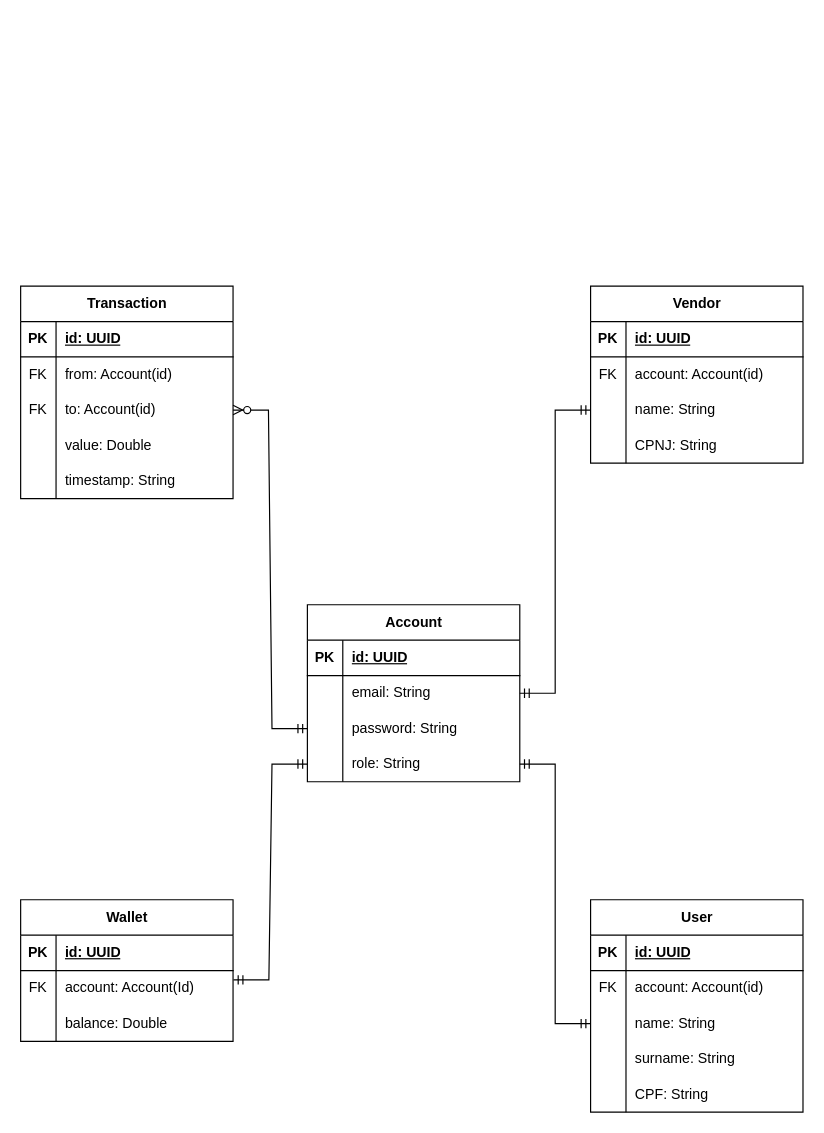
The draw.io diagram page "Database Schema" (2 of 2) of docs/drawio/pocketpay.drawio in kauan-SCCP/PocketPay-WebAPI, before the edit. Source tidied: cells renumbered, new cells numbered last; positions are measured from the earlier drawing's top-left corner, leaving out a move shared by most shapes. Both pictures are drawn from the tidied source at 118%, with x=0, y=0 at pixel (20, 286).
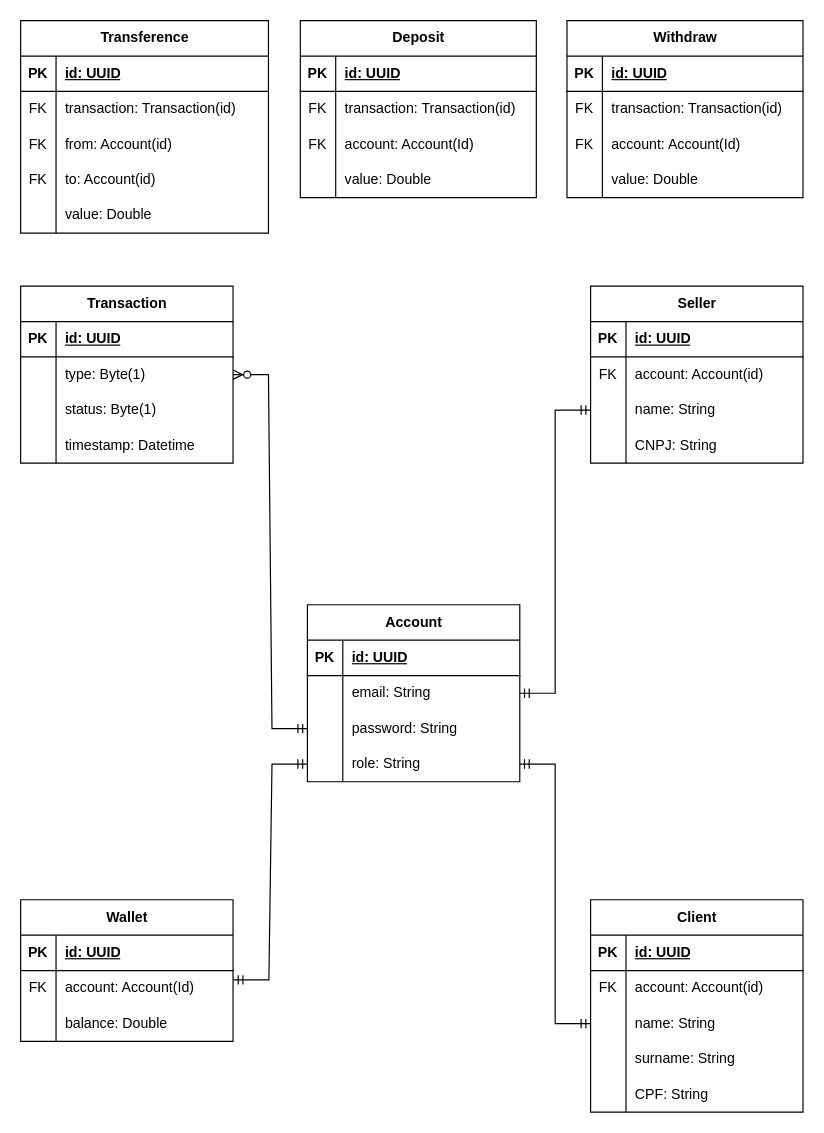
Above is the later version.

The change refers to these unchanged cells:
```xml
<mxCell id="9" style="shape=tableRow;horizontal=0;startSize=0;swimlaneHead=0;swimlaneBody=0;fillColor=none;points=[[0,0.5],[1,0.5]];portConstraint=eastwest;top=0;left=0;right=0;bottom=0;" parent="2" vertex="1">
  <mxGeometry y="90" width="180" height="30" as="geometry" />
</mxCell>
<mxCell id="42" style="shape=tableRow;horizontal=0;startSize=0;swimlaneHead=0;swimlaneBody=0;fillColor=none;top=0;left=0;right=0;bottom=0;" parent="32" vertex="1">
  <mxGeometry y="120" width="180" height="30" as="geometry" />
</mxCell>
<mxCell id="50" style="shape=tableRow;horizontal=0;startSize=0;swimlaneHead=0;swimlaneBody=0;fillColor=none;points=[[0,0.5],[1,0.5]];portConstraint=eastwest;top=0;left=0;right=0;bottom=0;" parent="46" vertex="1">
  <mxGeometry y="60" width="180" height="30" as="geometry" />
</mxCell>
<mxCell id="53" style="shape=tableRow;horizontal=0;startSize=0;swimlaneHead=0;swimlaneBody=0;fillColor=none;points=[[0,0.5],[1,0.5]];portConstraint=eastwest;top=0;left=0;right=0;bottom=0;" parent="46" vertex="1">
  <mxGeometry y="90" width="180" height="30" as="geometry" />
</mxCell>
<mxCell id="56" style="shape=tableRow;horizontal=0;startSize=0;swimlaneHead=0;swimlaneBody=0;fillColor=none;top=0;left=0;right=0;bottom=0;" parent="46" vertex="1">
  <mxGeometry y="120" width="180" height="30" as="geometry" />
</mxCell>
```

Change to the diagram source:
```diff
@@
-    <mxCell id="15" value="User" style="shape=table;startSize=30;childLayout=tableLayout;rowLines=0;fontStyle=1;align=center;html=1;" parent="1" vertex="1">
+    <mxCell id="15" value="Client" style="shape=table;startSize=30;childLayout=tableLayout;rowLines=0;fontStyle=1;align=center;html=1;" parent="1" vertex="1">
       <mxGeometry x="483" y="520" width="180" height="180" as="geometry" />
     </mxCell>
@@
-    <mxCell id="32" value="Vendor" style="shape=table;startSize=30;childLayout=tableLayout;rowLines=0;fontStyle=1;align=center;html=1;" parent="1" vertex="1">
+    <mxCell id="32" value="Seller" style="shape=table;startSize=30;childLayout=tableLayout;rowLines=0;fontStyle=1;align=center;html=1;" parent="1" vertex="1">
       <mxGeometry x="483" width="180" height="150" as="geometry" />
     </mxCell>
@@
-    <mxCell id="44" value="CPNJ: String" style="shape=partialRectangle;fillColor=none;top=0;left=0;bottom=0;right=0;align=left;spacingLeft=6;overflow=hidden;whiteSpace=wrap;html=1;" parent="42" vertex="1">
+    <mxCell id="44" value="CNPJ: String" style="shape=partialRectangle;fillColor=none;top=0;left=0;bottom=0;right=0;align=left;spacingLeft=6;overflow=hidden;whiteSpace=wrap;html=1;" parent="42" vertex="1">
       <mxGeometry x="30" width="150" height="30" as="geometry" />
     </mxCell>
@@
     <mxCell id="46" value="Transaction" style="shape=table;startSize=30;childLayout=tableLayout;rowLines=0;fontStyle=1;align=center;html=1;" parent="1" vertex="1">
-      <mxGeometry width="180" height="180" as="geometry" />
+      <mxGeometry width="180" height="150" as="geometry" />
     </mxCell>
@@
-    <mxCell id="51" value="FK" style="shape=partialRectangle;fillColor=none;top=0;left=0;bottom=0;right=0;overflow=hidden;whiteSpace=wrap;html=1;" parent="50" vertex="1">
+    <mxCell id="51" style="shape=partialRectangle;fillColor=none;top=0;left=0;bottom=0;right=0;overflow=hidden;whiteSpace=wrap;html=1;" parent="50" vertex="1">
       <mxGeometry width="30" height="30" as="geometry" />
     </mxCell>
-    <mxCell id="52" value="from: Account(id)" style="shape=partialRectangle;fillColor=none;top=0;left=0;bottom=0;right=0;align=left;spacingLeft=6;overflow=hidden;whiteSpace=wrap;html=1;" parent="50" vertex="1">
+    <mxCell id="52" value="type: Byte(1)" style="shape=partialRectangle;fillColor=none;top=0;left=0;bottom=0;right=0;align=left;spacingLeft=6;overflow=hidden;whiteSpace=wrap;html=1;" parent="50" vertex="1">
       <mxGeometry x="30" width="150" height="30" as="geometry" />
     </mxCell>
@@
-    <mxCell id="54" value="FK" style="shape=partialRectangle;fillColor=none;top=0;left=0;bottom=0;right=0;overflow=hidden;whiteSpace=wrap;html=1;" parent="53" vertex="1">
-      <mxGeometry width="30" height="30" as="geometry" />
-    </mxCell>
-    <mxCell id="55" value="to: Account(id)" style="shape=partialRectangle;fillColor=none;top=0;left=0;bottom=0;right=0;align=left;spacingLeft=6;overflow=hidden;whiteSpace=wrap;html=1;" parent="53" vertex="1">
-      <mxGeometry x="30" width="150" height="30" as="geometry" />
-    </mxCell>
+    <mxCell id="74" style="shape=partialRectangle;fillColor=none;top=0;left=0;bottom=0;right=0;overflow=hidden;whiteSpace=wrap;html=1;" parent="53" vertex="1">
+      <mxGeometry width="30" height="30" as="geometry" />
+    </mxCell>
+    <mxCell id="75" value="status: Byte(1)" style="shape=partialRectangle;fillColor=none;top=0;left=0;bottom=0;right=0;align=left;spacingLeft=6;overflow=hidden;whiteSpace=wrap;html=1;" parent="53" vertex="1">
+      <mxGeometry x="30" width="150" height="30" as="geometry" />
+    </mxCell>
@@
-    <mxCell id="57" style="shape=partialRectangle;fillColor=none;top=0;left=0;bottom=0;right=0;overflow=hidden;whiteSpace=wrap;html=1;" parent="56" vertex="1">
-      <mxGeometry width="30" height="30" as="geometry" />
-    </mxCell>
-    <mxCell id="58" value="value: Double" style="shape=partialRectangle;fillColor=none;top=0;left=0;bottom=0;right=0;align=left;spacingLeft=6;overflow=hidden;whiteSpace=wrap;html=1;" parent="56" vertex="1">
-      <mxGeometry x="30" width="150" height="30" as="geometry" />
-    </mxCell>
-    <mxCell id="59" style="shape=tableRow;horizontal=0;startSize=0;swimlaneHead=0;swimlaneBody=0;fillColor=none;top=0;left=0;right=0;bottom=0;" parent="46" vertex="1">
-      <mxGeometry y="150" width="180" height="30" as="geometry" />
-    </mxCell>
-    <mxCell id="60" style="shape=partialRectangle;fillColor=none;top=0;left=0;bottom=0;right=0;overflow=hidden;whiteSpace=wrap;html=1;" parent="59" vertex="1">
-      <mxGeometry width="30" height="30" as="geometry" />
-    </mxCell>
-    <mxCell id="61" value="timestamp: String" style="shape=partialRectangle;fillColor=none;top=0;left=0;bottom=0;right=0;align=left;spacingLeft=6;overflow=hidden;whiteSpace=wrap;html=1;" parent="59" vertex="1">
-      <mxGeometry x="30" width="150" height="30" as="geometry" />
-    </mxCell>
+    <mxCell id="76" style="shape=partialRectangle;fillColor=none;top=0;left=0;bottom=0;right=0;overflow=hidden;whiteSpace=wrap;html=1;" parent="56" vertex="1">
+      <mxGeometry width="30" height="30" as="geometry" />
+    </mxCell>
+    <mxCell id="77" value="timestamp: Datetime" style="shape=partialRectangle;fillColor=none;top=0;left=0;bottom=0;right=0;align=left;spacingLeft=6;overflow=hidden;whiteSpace=wrap;html=1;" parent="56" vertex="1">
+      <mxGeometry x="30" width="150" height="30" as="geometry" />
+    </mxCell>
-    <mxCell id="62" style="edgeStyle=entityRelationEdgeStyle;fontSize=12;html=1;endArrow=ERzeroToMany;startArrow=ERmandOne;rounded=0;exitX=0;exitY=0.5;exitDx=0;exitDy=0;" parent="1" edge="1" source="9" target="53">
+    <mxCell id="62" style="edgeStyle=entityRelationEdgeStyle;fontSize=12;html=1;endArrow=ERzeroToMany;startArrow=ERmandOne;rounded=0;exitX=0;exitY=0.5;exitDx=0;exitDy=0;entryX=1;entryY=0.5;entryDx=0;entryDy=0;" parent="1" edge="1" source="9" target="50">
       <mxGeometry relative="1" as="geometry" />
     </mxCell>
@@
+    <mxCell id="78" value="Transference" style="shape=table;startSize=30;childLayout=tableLayout;rowLines=0;fontStyle=1;align=center;html=1;" parent="1" vertex="1">
+      <mxGeometry y="-225" width="210" height="180" as="geometry" />
+    </mxCell>
+    <mxCell id="79" style="shape=tableRow;horizontal=0;startSize=0;swimlaneHead=0;swimlaneBody=0;fillColor=none;top=0;left=0;right=0;bottom=1;" parent="78" vertex="1">
+      <mxGeometry y="30" width="210" height="30" as="geometry" />
+    </mxCell>
+    <mxCell id="80" value="PK" style="shape=partialRectangle;fillColor=none;top=0;left=0;bottom=0;right=0;fontStyle=1;overflow=hidden;whiteSpace=wrap;html=1;" parent="79" vertex="1">
+      <mxGeometry width="30" height="30" as="geometry" />
+    </mxCell>
+    <mxCell id="81" value="id: UUID" style="shape=partialRectangle;fillColor=none;top=0;left=0;bottom=0;right=0;align=left;spacingLeft=6;fontStyle=5;overflow=hidden;whiteSpace=wrap;html=1;" parent="79" vertex="1">
+      <mxGeometry x="30" width="180" height="30" as="geometry" />
+    </mxCell>
+    <mxCell id="82" style="shape=tableRow;horizontal=0;startSize=0;swimlaneHead=0;swimlaneBody=0;fillColor=none;top=0;left=0;right=0;bottom=0;" parent="78" vertex="1">
+      <mxGeometry y="60" width="210" height="30" as="geometry" />
+    </mxCell>
+    <mxCell id="83" value="FK" style="shape=partialRectangle;fillColor=none;top=0;left=0;bottom=0;right=0;overflow=hidden;whiteSpace=wrap;html=1;" parent="82" vertex="1">
+      <mxGeometry width="30" height="30" as="geometry" />
+    </mxCell>
+    <mxCell id="84" value="transaction: Transaction(id)" style="shape=partialRectangle;fillColor=none;top=0;left=0;bottom=0;right=0;align=left;spacingLeft=6;overflow=hidden;whiteSpace=wrap;html=1;" parent="82" vertex="1">
+      <mxGeometry x="30" width="180" height="30" as="geometry" />
+    </mxCell>
+    <mxCell id="85" style="shape=tableRow;horizontal=0;startSize=0;swimlaneHead=0;swimlaneBody=0;fillColor=none;top=0;left=0;right=0;bottom=0;" parent="78" vertex="1">
+      <mxGeometry y="90" width="210" height="30" as="geometry" />
+    </mxCell>
+    <mxCell id="86" value="FK" style="shape=partialRectangle;fillColor=none;top=0;left=0;bottom=0;right=0;overflow=hidden;whiteSpace=wrap;html=1;" parent="85" vertex="1">
+      <mxGeometry width="30" height="30" as="geometry" />
+    </mxCell>
+    <mxCell id="87" value="from: Account(id)" style="shape=partialRectangle;fillColor=none;top=0;left=0;bottom=0;right=0;align=left;spacingLeft=6;overflow=hidden;whiteSpace=wrap;html=1;" parent="85" vertex="1">
+      <mxGeometry x="30" width="180" height="30" as="geometry" />
+    </mxCell>
+    <mxCell id="88" style="shape=tableRow;horizontal=0;startSize=0;swimlaneHead=0;swimlaneBody=0;fillColor=none;top=0;left=0;right=0;bottom=0;" parent="78" vertex="1">
+      <mxGeometry y="120" width="210" height="30" as="geometry" />
+    </mxCell>
+    <mxCell id="89" value="FK" style="shape=partialRectangle;fillColor=none;top=0;left=0;bottom=0;right=0;overflow=hidden;whiteSpace=wrap;html=1;" parent="88" vertex="1">
+      <mxGeometry width="30" height="30" as="geometry" />
+    </mxCell>
+    <mxCell id="55" value="to: Account(id)" style="shape=partialRectangle;fillColor=none;top=0;left=0;bottom=0;right=0;align=left;spacingLeft=6;overflow=hidden;whiteSpace=wrap;html=1;" parent="88" vertex="1">
+      <mxGeometry x="30" width="180" height="30" as="geometry" />
+    </mxCell>
+    <mxCell id="90" style="shape=tableRow;horizontal=0;startSize=0;swimlaneHead=0;swimlaneBody=0;fillColor=none;top=0;left=0;right=0;bottom=0;" parent="78" vertex="1">
+      <mxGeometry y="150" width="210" height="30" as="geometry" />
+    </mxCell>
+    <mxCell id="91" style="shape=partialRectangle;fillColor=none;top=0;left=0;bottom=0;right=0;overflow=hidden;whiteSpace=wrap;html=1;" parent="90" vertex="1">
+      <mxGeometry width="30" height="30" as="geometry" />
+    </mxCell>
+    <mxCell id="92" value="value: Double" style="shape=partialRectangle;fillColor=none;top=0;left=0;bottom=0;right=0;align=left;spacingLeft=6;overflow=hidden;whiteSpace=wrap;html=1;" parent="90" vertex="1">
+      <mxGeometry x="30" width="180" height="30" as="geometry" />
+    </mxCell>
+    <mxCell id="93" value="Deposit" style="shape=table;startSize=30;childLayout=tableLayout;rowLines=0;fontStyle=1;align=center;html=1;" parent="1" vertex="1">
+      <mxGeometry x="237" y="-225" width="200" height="150" as="geometry" />
+    </mxCell>
+    <mxCell id="94" style="shape=tableRow;horizontal=0;startSize=0;swimlaneHead=0;swimlaneBody=0;fillColor=none;top=0;left=0;right=0;bottom=1;" parent="93" vertex="1">
+      <mxGeometry y="30" width="200" height="30" as="geometry" />
+    </mxCell>
+    <mxCell id="95" value="PK" style="shape=partialRectangle;fillColor=none;top=0;left=0;bottom=0;right=0;fontStyle=1;overflow=hidden;whiteSpace=wrap;html=1;" parent="94" vertex="1">
+      <mxGeometry width="30" height="30" as="geometry" />
+    </mxCell>
+    <mxCell id="96" value="id: UUID" style="shape=partialRectangle;fillColor=none;top=0;left=0;bottom=0;right=0;align=left;spacingLeft=6;fontStyle=5;overflow=hidden;whiteSpace=wrap;html=1;" parent="94" vertex="1">
+      <mxGeometry x="30" width="170" height="30" as="geometry" />
+    </mxCell>
+    <mxCell id="97" style="shape=tableRow;horizontal=0;startSize=0;swimlaneHead=0;swimlaneBody=0;fillColor=none;top=0;left=0;right=0;bottom=0;" parent="93" vertex="1">
+      <mxGeometry y="60" width="200" height="30" as="geometry" />
+    </mxCell>
+    <mxCell id="98" value="FK" style="shape=partialRectangle;fillColor=none;top=0;left=0;bottom=0;right=0;overflow=hidden;whiteSpace=wrap;html=1;" parent="97" vertex="1">
+      <mxGeometry width="30" height="30" as="geometry" />
+    </mxCell>
+    <mxCell id="99" value="transaction: Transaction(id)" style="shape=partialRectangle;fillColor=none;top=0;left=0;bottom=0;right=0;align=left;spacingLeft=6;overflow=hidden;whiteSpace=wrap;html=1;" parent="97" vertex="1">
+      <mxGeometry x="30" width="170" height="30" as="geometry" />
+    </mxCell>
+    <mxCell id="100" style="shape=tableRow;horizontal=0;startSize=0;swimlaneHead=0;swimlaneBody=0;fillColor=none;top=0;left=0;right=0;bottom=0;" parent="93" vertex="1">
+      <mxGeometry y="90" width="200" height="30" as="geometry" />
+    </mxCell>
+    <mxCell id="101" value="FK" style="shape=partialRectangle;fillColor=none;top=0;left=0;bottom=0;right=0;overflow=hidden;whiteSpace=wrap;html=1;" parent="100" vertex="1">
+      <mxGeometry width="30" height="30" as="geometry" />
+    </mxCell>
+    <mxCell id="102" value="account: Account(Id)" style="shape=partialRectangle;fillColor=none;top=0;left=0;bottom=0;right=0;align=left;spacingLeft=6;overflow=hidden;whiteSpace=wrap;html=1;" parent="100" vertex="1">
+      <mxGeometry x="30" width="170" height="30" as="geometry" />
+    </mxCell>
+    <mxCell id="103" style="shape=tableRow;horizontal=0;startSize=0;swimlaneHead=0;swimlaneBody=0;fillColor=none;top=0;left=0;right=0;bottom=0;" parent="93" vertex="1">
+      <mxGeometry y="120" width="200" height="30" as="geometry" />
+    </mxCell>
+    <mxCell id="104" style="shape=partialRectangle;fillColor=none;top=0;left=0;bottom=0;right=0;overflow=hidden;whiteSpace=wrap;html=1;" parent="103" vertex="1">
+      <mxGeometry width="30" height="30" as="geometry" />
+    </mxCell>
+    <mxCell id="105" value="value: Double" style="shape=partialRectangle;fillColor=none;top=0;left=0;bottom=0;right=0;align=left;spacingLeft=6;overflow=hidden;whiteSpace=wrap;html=1;" parent="103" vertex="1">
+      <mxGeometry x="30" width="170" height="30" as="geometry" />
+    </mxCell>
+    <mxCell id="106" value="Withdraw" style="shape=table;startSize=30;childLayout=tableLayout;rowLines=0;fontStyle=1;align=center;html=1;" parent="1" vertex="1">
+      <mxGeometry x="463" y="-225" width="200" height="150" as="geometry" />
+    </mxCell>
+    <mxCell id="107" style="shape=tableRow;horizontal=0;startSize=0;swimlaneHead=0;swimlaneBody=0;fillColor=none;top=0;left=0;right=0;bottom=1;" parent="106" vertex="1">
+      <mxGeometry y="30" width="200" height="30" as="geometry" />
+    </mxCell>
+    <mxCell id="108" value="PK" style="shape=partialRectangle;fillColor=none;top=0;left=0;bottom=0;right=0;fontStyle=1;overflow=hidden;whiteSpace=wrap;html=1;" parent="107" vertex="1">
+      <mxGeometry width="30" height="30" as="geometry" />
+    </mxCell>
+    <mxCell id="109" value="id: UUID" style="shape=partialRectangle;fillColor=none;top=0;left=0;bottom=0;right=0;align=left;spacingLeft=6;fontStyle=5;overflow=hidden;whiteSpace=wrap;html=1;" parent="107" vertex="1">
+      <mxGeometry x="30" width="170" height="30" as="geometry" />
+    </mxCell>
+    <mxCell id="110" style="shape=tableRow;horizontal=0;startSize=0;swimlaneHead=0;swimlaneBody=0;fillColor=none;top=0;left=0;right=0;bottom=0;" parent="106" vertex="1">
+      <mxGeometry y="60" width="200" height="30" as="geometry" />
+    </mxCell>
+    <mxCell id="111" value="FK" style="shape=partialRectangle;fillColor=none;top=0;left=0;bottom=0;right=0;overflow=hidden;whiteSpace=wrap;html=1;" parent="110" vertex="1">
+      <mxGeometry width="30" height="30" as="geometry" />
+    </mxCell>
+    <mxCell id="112" value="transaction: Transaction(id)" style="shape=partialRectangle;fillColor=none;top=0;left=0;bottom=0;right=0;align=left;spacingLeft=6;overflow=hidden;whiteSpace=wrap;html=1;" parent="110" vertex="1">
+      <mxGeometry x="30" width="170" height="30" as="geometry" />
+    </mxCell>
+    <mxCell id="113" style="shape=tableRow;horizontal=0;startSize=0;swimlaneHead=0;swimlaneBody=0;fillColor=none;top=0;left=0;right=0;bottom=0;" parent="106" vertex="1">
+      <mxGeometry y="90" width="200" height="30" as="geometry" />
+    </mxCell>
+    <mxCell id="114" value="FK" style="shape=partialRectangle;fillColor=none;top=0;left=0;bottom=0;right=0;overflow=hidden;whiteSpace=wrap;html=1;" parent="113" vertex="1">
+      <mxGeometry width="30" height="30" as="geometry" />
+    </mxCell>
+    <mxCell id="115" value="account: Account(Id)" style="shape=partialRectangle;fillColor=none;top=0;left=0;bottom=0;right=0;align=left;spacingLeft=6;overflow=hidden;whiteSpace=wrap;html=1;" parent="113" vertex="1">
+      <mxGeometry x="30" width="170" height="30" as="geometry" />
+    </mxCell>
+    <mxCell id="116" style="shape=tableRow;horizontal=0;startSize=0;swimlaneHead=0;swimlaneBody=0;fillColor=none;top=0;left=0;right=0;bottom=0;" parent="106" vertex="1">
+      <mxGeometry y="120" width="200" height="30" as="geometry" />
+    </mxCell>
+    <mxCell id="117" style="shape=partialRectangle;fillColor=none;top=0;left=0;bottom=0;right=0;overflow=hidden;whiteSpace=wrap;html=1;" parent="116" vertex="1">
+      <mxGeometry width="30" height="30" as="geometry" />
+    </mxCell>
+    <mxCell id="118" value="value: Double" style="shape=partialRectangle;fillColor=none;top=0;left=0;bottom=0;right=0;align=left;spacingLeft=6;overflow=hidden;whiteSpace=wrap;html=1;" parent="116" vertex="1">
+      <mxGeometry x="30" width="170" height="30" as="geometry" />
+    </mxCell>
```
